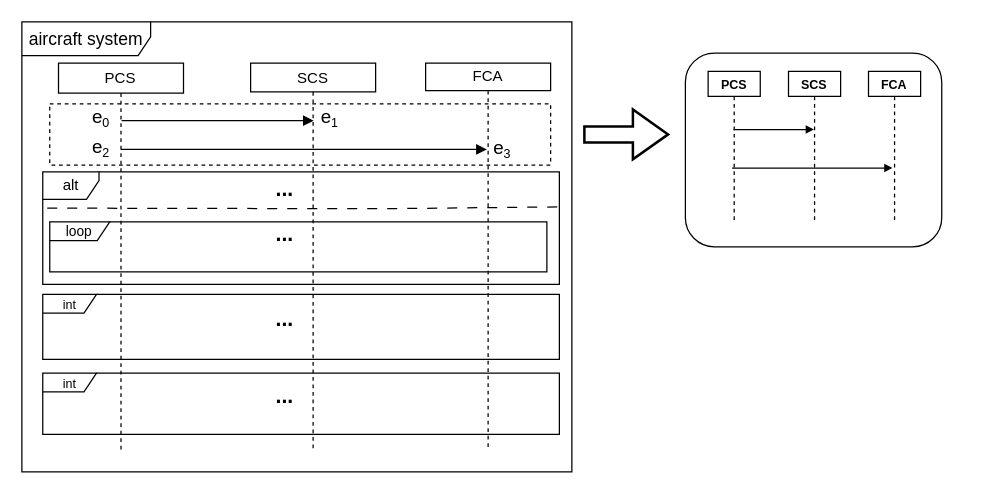
ShiYufei0708/draw keeps this draw.io diagram as isdToParcel.drawio. Above is the earlier version. Source tidied: cells renumbered, new cells numbered last; positions are measured from the earlier drawing's top-left corner, leaving out a move shared by most shapes. Both pictures are drawn from the tidied source at 125%, with x=0, y=0 at pixel (21, 21).
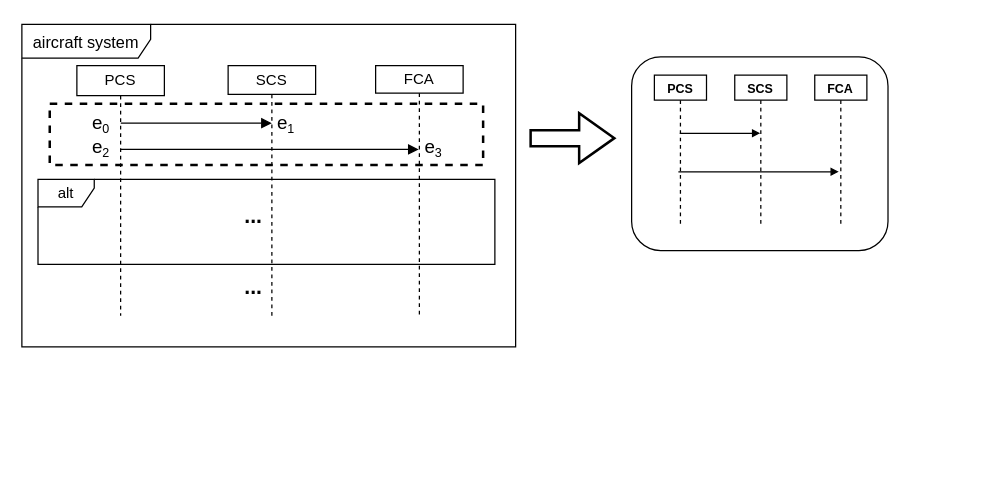
After the change.

What changed in the source:
```diff
@@
-    <mxCell id="2" style="rounded=0;whiteSpace=wrap;html=1;dashed=1;" parent="1" vertex="1">
-      <mxGeometry x="22.3" y="65.5" width="400.7" height="49" as="geometry" />
+    <mxCell id="2" style="rounded=0;whiteSpace=wrap;html=1;dashed=1;strokeWidth=2;" parent="1" vertex="1">
+      <mxGeometry x="22.3" y="65.5" width="346.7" height="49" as="geometry" />
     </mxCell>
-    <mxCell id="3" value="&lt;font style=&quot;font-size: 14px;&quot;&gt;aircraft system&lt;/font&gt;" style="shape=umlFrame;whiteSpace=wrap;html=1;width=103;height=27;strokeWidth=1;" parent="1" vertex="1">
-      <mxGeometry width="440" height="360" as="geometry" />
+    <mxCell id="3" value="&lt;font style=&quot;font-size: 13px;&quot;&gt;aircraft system&lt;/font&gt;" style="shape=umlFrame;whiteSpace=wrap;html=1;width=103;height=27;strokeWidth=1;" parent="1" vertex="1">
+      <mxGeometry y="2" width="395" height="258" as="geometry" />
     </mxCell>
     <mxCell id="4" value="PCS" style="shape=umlLifeline;perimeter=lifelinePerimeter;whiteSpace=wrap;html=1;newEdgeStyle={&quot;curved&quot;:0,&quot;rounded&quot;:0};size=24;strokeWidth=1;" parent="1" vertex="1">
-      <mxGeometry x="29.3" y="33" width="100" height="310" as="geometry" />
+      <mxGeometry x="44" y="35" width="70" height="200" as="geometry" />
     </mxCell>
     <mxCell id="5" value="FCA" style="shape=umlLifeline;perimeter=lifelinePerimeter;whiteSpace=wrap;html=1;outlineConnect=0;portConstraint=eastwest;newEdgeStyle={&quot;curved&quot;:0,&quot;rounded&quot;:0};size=22;strokeWidth=1;" parent="1" vertex="1">
-      <mxGeometry x="323" y="33" width="100" height="310" as="geometry" />
+      <mxGeometry x="283" y="35" width="70" height="200" as="geometry" />
     </mxCell>
-    <mxCell id="6" style="html=1;verticalAlign=bottom;endArrow=block;curved=0;rounded=0;strokeWidth=1;" parent="1" edge="1">
+    <mxCell id="6" style="html=1;verticalAlign=bottom;endArrow=block;curved=0;rounded=0;strokeWidth=1;" parent="1" edge="1" target="5">
       <mxGeometry relative="1" as="geometry">
         <mxPoint x="79.1" y="102" as="sourcePoint" />
-        <mxPoint x="372" y="102" as="targetPoint" />
       </mxGeometry>
     </mxCell>
     <mxCell id="7" value="&lt;div style=&quot;text-align: left;&quot;&gt;&lt;br&gt;&lt;/div&gt;" style="html=1;verticalAlign=bottom;endArrow=block;curved=0;rounded=0;strokeWidth=1;" parent="1" edge="1">
       <mxGeometry relative="1" as="geometry">
-        <mxPoint x="79.8" y="79" as="sourcePoint" />
-        <mxPoint x="233.5" y="79" as="targetPoint" />
+        <mxPoint x="79.1" y="81" as="sourcePoint" />
+        <mxPoint x="200" y="81" as="targetPoint" />
       </mxGeometry>
     </mxCell>
-    <mxCell id="8" value="&lt;font style=&quot;font-size: 10px;&quot;&gt;int&lt;/font&gt;" style="shape=umlFrame;whiteSpace=wrap;html=1;width=43;height=15;strokeWidth=1;" parent="1" vertex="1">
-      <mxGeometry x="16.7" y="218" width="413.3" height="52" as="geometry" />
-    </mxCell>
     <mxCell id="9" value="SCS" style="shape=umlLifeline;perimeter=lifelinePerimeter;whiteSpace=wrap;html=1;newEdgeStyle={&quot;curved&quot;:0,&quot;rounded&quot;:0};size=23;strokeWidth=1;" parent="1" vertex="1">
-      <mxGeometry x="183" y="33" width="100" height="310" as="geometry" />
+      <mxGeometry x="165" y="35" width="70" height="200" as="geometry" />
     </mxCell>
     <mxCell id="10" value="alt" style="shape=umlFrame;whiteSpace=wrap;html=1;width=45;height=22;strokeWidth=1;" parent="1" vertex="1">
-      <mxGeometry x="16.7" y="120" width="413.3" height="90" as="geometry" />
+      <mxGeometry x="12.9" y="126" width="365.5" height="68" as="geometry" />
     </mxCell>
-    <mxCell id="11" style="endArrow=none;dashed=1;html=1;rounded=0;exitX=-0.003;exitY=0.275;exitDx=0;exitDy=0;exitPerimeter=0;dashPattern=8 8;strokeWidth=1;" parent="1" edge="1">
-      <mxGeometry relative="1" as="geometry">
-        <mxPoint x="20.3" y="149" as="sourcePoint" />
-        <mxPoint x="430" y="148" as="targetPoint" />
-        <Array as="points">
-          <mxPoint x="287.9" y="149.5" />
-        </Array>
-      </mxGeometry>
-    </mxCell>
-    <mxCell id="12" value="&lt;font style=&quot;font-size: 11px;&quot;&gt;loop&lt;/font&gt;" style="shape=umlFrame;whiteSpace=wrap;html=1;width=48;height=15;strokeWidth=1;" parent="1" vertex="1">
-      <mxGeometry x="22.3" y="160" width="397.7" height="40" as="geometry" />
-    </mxCell>
-    <mxCell id="13" value="&lt;font size=&quot;1&quot; style=&quot;&quot;&gt;&lt;span style=&quot;font-size: 10px;&quot;&gt;int&lt;/span&gt;&lt;/font&gt;" style="shape=umlFrame;whiteSpace=wrap;html=1;width=43;height=15;strokeWidth=1;" parent="1" vertex="1">
-      <mxGeometry x="16.7" y="281" width="413.3" height="49" as="geometry" />
-    </mxCell>
     <mxCell id="14" value="&lt;font style=&quot;font-size: 15px;&quot;&gt;e&lt;/font&gt;&lt;sub&gt;0&lt;/sub&gt;" style="text;html=1;align=center;verticalAlign=middle;strokeColor=none;fillColor=none;strokeWidth=1;" parent="1" vertex="1">
-      <mxGeometry x="47.1" y="61" width="32" height="32" as="geometry" />
+      <mxGeometry x="47.1" y="65.5" width="32" height="32" as="geometry" />
     </mxCell>
     <mxCell id="15" value="&lt;font style=&quot;font-size: 15px;&quot;&gt;e&lt;/font&gt;&lt;sub&gt;1&lt;/sub&gt;" style="text;html=1;align=center;verticalAlign=middle;strokeColor=none;fillColor=none;strokeWidth=1;" parent="1" vertex="1">
-      <mxGeometry x="230" y="61" width="32" height="32" as="geometry" />
+      <mxGeometry x="195" y="65.5" width="32" height="32" as="geometry" />
     </mxCell>
@@
     <mxCell id="17" value="&lt;font style=&quot;font-size: 15px;&quot;&gt;e&lt;/font&gt;&lt;sub&gt;3&lt;/sub&gt;" style="text;html=1;align=center;verticalAlign=middle;strokeColor=none;fillColor=none;strokeWidth=1;" parent="1" vertex="1">
-      <mxGeometry x="368" y="86.2" width="32" height="32" as="geometry" />
+      <mxGeometry x="313" y="84.5" width="32" height="32" as="geometry" />
     </mxCell>
     <mxCell id="18" value="&lt;b&gt;&lt;font style=&quot;font-size: 17px;&quot;&gt;...&lt;/font&gt;&lt;/b&gt;" style="text;html=1;align=center;verticalAlign=middle;strokeColor=none;fillColor=none;" parent="1" vertex="1">
-      <mxGeometry x="190" y="120" width="40" height="30" as="geometry" />
+      <mxGeometry x="165" y="141" width="40" height="30" as="geometry" />
     </mxCell>
-    <mxCell id="19" value="&lt;b&gt;&lt;font style=&quot;font-size: 17px;&quot;&gt;...&lt;/font&gt;&lt;/b&gt;" style="text;html=1;align=center;verticalAlign=middle;strokeColor=none;fillColor=none;" parent="1" vertex="1">
-      <mxGeometry x="190" y="156" width="40" height="30" as="geometry" />
-    </mxCell>
     <mxCell id="20" value="&lt;b&gt;&lt;font style=&quot;font-size: 17px;&quot;&gt;...&lt;/font&gt;&lt;/b&gt;" style="text;html=1;align=center;verticalAlign=middle;strokeColor=none;fillColor=none;" parent="1" vertex="1">
-      <mxGeometry x="190" y="224" width="40" height="30" as="geometry" />
+      <mxGeometry x="165" y="198" width="40" height="30" as="geometry" />
     </mxCell>
-    <mxCell id="21" value="&lt;b&gt;&lt;font style=&quot;font-size: 17px;&quot;&gt;...&lt;/font&gt;&lt;/b&gt;" style="text;html=1;align=center;verticalAlign=middle;strokeColor=none;fillColor=none;" parent="1" vertex="1">
-      <mxGeometry x="190" y="285" width="40" height="30" as="geometry" />
-    </mxCell>
     <mxCell id="22" style="group;strokeWidth=1;" parent="1" vertex="1">
-      <mxGeometry x="530" y="20" width="220" height="170" as="geometry" />
+      <mxGeometry x="487" y="23" width="220" height="170" as="geometry" />
     </mxCell>
@@
     <mxCell id="32" style="html=1;shadow=0;dashed=0;align=center;verticalAlign=middle;shape=mxgraph.arrows2.arrow;dy=0.68;dx=28.18;notch=0;strokeWidth=2;" parent="1" vertex="1">
-      <mxGeometry x="450" y="70" width="67" height="40" as="geometry" />
+      <mxGeometry x="407" y="73" width="67" height="40" as="geometry" />
     </mxCell>
```
